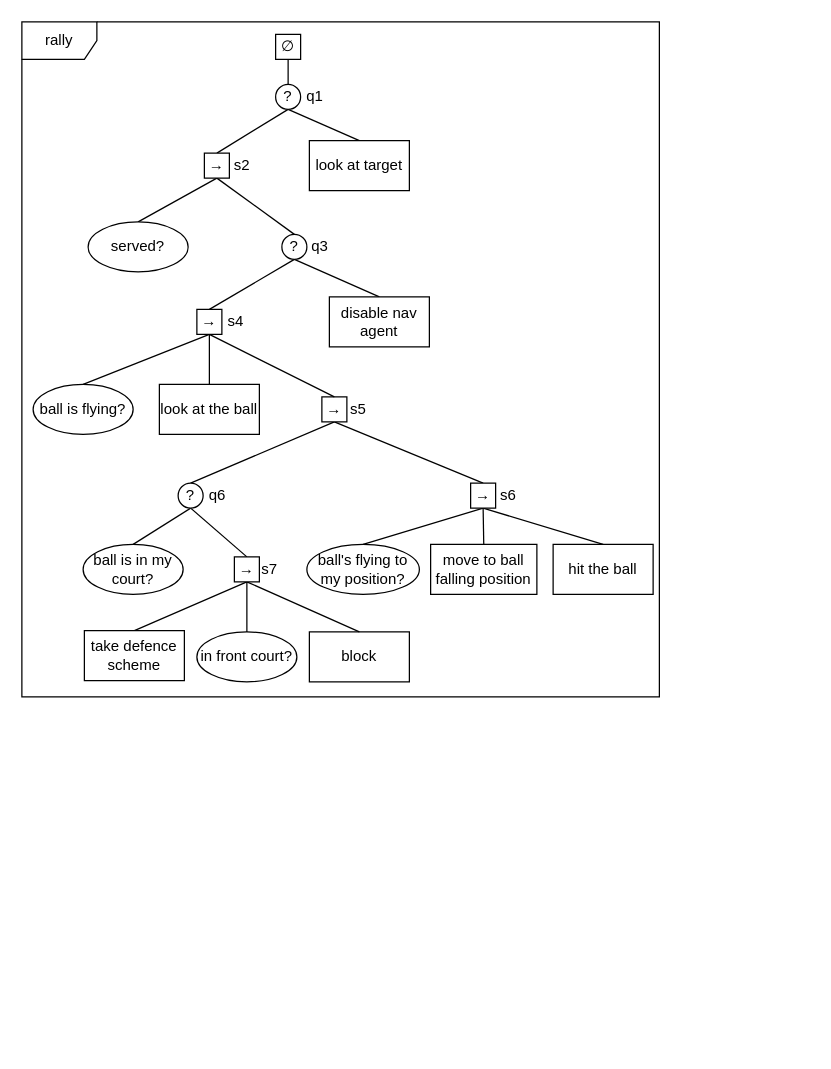
Earlier version of the draw.io diagram Project/Documentation/Diagrams/rally.drawio (mikymaione/Folie). Source tidied: cells renumbered, new cells numbered last; positions are measured from the earlier drawing's top-left corner, leaving out a move shared by most shapes. Both pictures are drawn from the tidied source at 125%, with x=0, y=0 at pixel (21, 21).
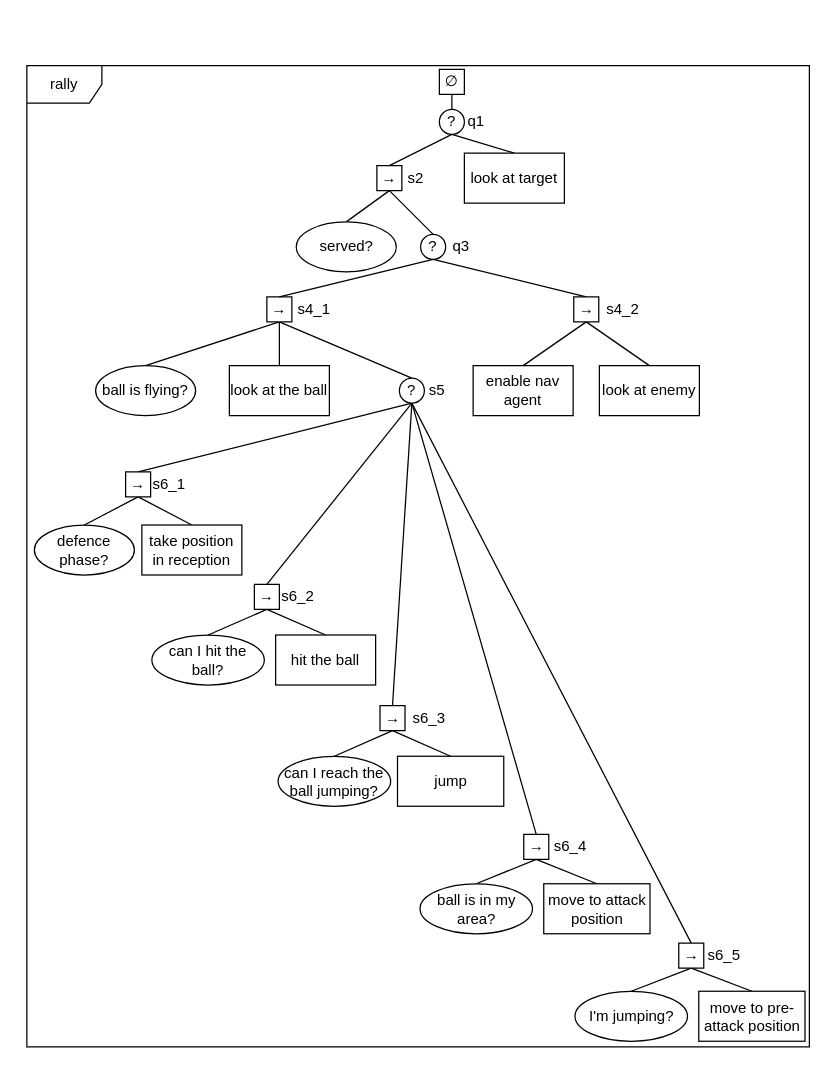
Above is the later version.

The edit, as a diff of the source:
```diff
@@
     <mxCell id="2" value="rally" style="shape=umlFrame;whiteSpace=wrap;html=1;" parent="1" vertex="1">
-      <mxGeometry width="510" height="540" as="geometry" />
+      <mxGeometry x="4" y="35" width="626" height="785" as="geometry" />
     </mxCell>
@@
     <mxCell id="5" value="?" style="ellipse;whiteSpace=wrap;html=1;" parent="1" vertex="1">
-      <mxGeometry x="203" y="50" width="20" height="20" as="geometry" />
+      <mxGeometry x="334" y="70" width="20" height="20" as="geometry" />
     </mxCell>
@@
     <mxCell id="8" value="→" style="whiteSpace=wrap;html=1;flipH=1;" parent="1" vertex="1">
-      <mxGeometry x="146" y="105" width="20" height="20" as="geometry" />
+      <mxGeometry x="284" y="115" width="20" height="20" as="geometry" />
     </mxCell>
     <mxCell id="9" value="served?" style="ellipse;whiteSpace=wrap;html=1;flipH=1;" parent="1" vertex="1">
-      <mxGeometry x="53" y="160" width="80" height="40" as="geometry" />
+      <mxGeometry x="219.5" y="160" width="80" height="40" as="geometry" />
     </mxCell>
-    <mxCell id="10" style="edgeStyle=none;rounded=0;jettySize=auto;html=1;exitX=0.5;exitY=1;exitDx=0;exitDy=0;entryX=0.5;entryY=0;entryDx=0;entryDy=0;endArrow=none;endFill=0;" parent="1" edge="1" source="35" target="21">
-      <mxGeometry relative="1" as="geometry" />
-    </mxCell>
-    <mxCell id="11" style="edgeStyle=none;rounded=0;jettySize=auto;html=1;exitX=0.5;exitY=1;exitDx=0;exitDy=0;entryX=0.5;entryY=0;entryDx=0;entryDy=0;endArrow=none;endFill=0;" parent="1" edge="1" source="35" target="14">
-      <mxGeometry relative="1" as="geometry" />
-    </mxCell>
-    <mxCell id="12" style="edgeStyle=none;rounded=0;jettySize=auto;html=1;exitX=0.5;exitY=1;exitDx=0;exitDy=0;entryX=0.5;entryY=0;entryDx=0;entryDy=0;endArrow=none;endFill=0;" parent="1" edge="1" source="14" target="33">
-      <mxGeometry relative="1" as="geometry" />
-    </mxCell>
-    <mxCell id="13" style="edgeStyle=none;rounded=0;jettySize=auto;html=1;exitX=0.5;exitY=1;exitDx=0;exitDy=0;entryX=0.5;entryY=0;entryDx=0;entryDy=0;endArrow=none;endFill=0;" parent="1" edge="1" source="14" target="30">
-      <mxGeometry relative="1" as="geometry" />
-    </mxCell>
-    <mxCell id="14" value="?" style="ellipse;whiteSpace=wrap;html=1;" parent="1" vertex="1">
-      <mxGeometry x="125" y="369" width="20" height="20" as="geometry" />
-    </mxCell>
@@
-    <mxCell id="16" value="in front court?" style="ellipse;whiteSpace=wrap;html=1;" parent="1" vertex="1">
-      <mxGeometry x="140" y="488" width="80" height="40" as="geometry" />
-    </mxCell>
-    <mxCell id="17" value="block" style="rounded=0;whiteSpace=wrap;html=1;" parent="1" vertex="1">
-      <mxGeometry x="230" y="488" width="80" height="40" as="geometry" />
-    </mxCell>
-    <mxCell id="18" value="ball's flying to my position?" style="ellipse;whiteSpace=wrap;html=1;" parent="1" vertex="1">
-      <mxGeometry x="228" y="418" width="90" height="40" as="geometry" />
+    <mxCell id="18" value="can I reach the ball jumping?" style="ellipse;whiteSpace=wrap;html=1;" parent="1" vertex="1">
+      <mxGeometry x="205" y="587.5" width="90" height="40" as="geometry" />
     </mxCell>
@@
-    <mxCell id="20" style="edgeStyle=none;rounded=0;jettySize=auto;html=1;exitX=0.5;exitY=1;exitDx=0;exitDy=0;entryX=0.5;entryY=0;entryDx=0;entryDy=0;endArrow=none;endFill=0;" parent="1" edge="1" source="21" target="23">
-      <mxGeometry relative="1" as="geometry" />
-    </mxCell>
     <mxCell id="21" value="→" style="whiteSpace=wrap;html=1;" parent="1" vertex="1">
-      <mxGeometry x="359" y="369" width="20" height="20" as="geometry" />
+      <mxGeometry x="286.5" y="547" width="20" height="20" as="geometry" />
     </mxCell>
-    <mxCell id="22" value="move to ball falling position" style="rounded=0;whiteSpace=wrap;html=1;" parent="1" vertex="1">
-      <mxGeometry x="327" y="418" width="85" height="40" as="geometry" />
+    <mxCell id="22" value="jump" style="rounded=0;whiteSpace=wrap;html=1;" parent="1" vertex="1">
+      <mxGeometry x="300.5" y="587.5" width="85" height="40" as="geometry" />
     </mxCell>
-    <mxCell id="23" value="hit the ball" style="rounded=0;whiteSpace=wrap;html=1;" parent="1" vertex="1">
-      <mxGeometry x="425" y="418" width="80" height="40" as="geometry" />
-    </mxCell>
     <mxCell id="24" value="look at target" style="rounded=0;whiteSpace=wrap;html=1;" parent="1" vertex="1">
-      <mxGeometry x="230" y="95" width="80" height="40" as="geometry" />
+      <mxGeometry x="354" y="105" width="80" height="40" as="geometry" />
     </mxCell>
@@
     <mxCell id="26" value="look at the ball" style="rounded=0;whiteSpace=wrap;html=1;" parent="1" vertex="1">
-      <mxGeometry x="110" y="290" width="80" height="40" as="geometry" />
+      <mxGeometry x="166" y="275" width="80" height="40" as="geometry" />
     </mxCell>
-    <mxCell id="27" style="edgeStyle=none;rounded=0;jettySize=auto;html=1;exitX=0.5;exitY=1;exitDx=0;exitDy=0;entryX=0.5;entryY=0;entryDx=0;entryDy=0;endArrow=none;endFill=0;" parent="1" edge="1" source="30" target="16">
-      <mxGeometry relative="1" as="geometry" />
-    </mxCell>
-    <mxCell id="28" style="edgeStyle=none;rounded=0;jettySize=auto;html=1;exitX=0.5;exitY=1;exitDx=0;exitDy=0;entryX=0.5;entryY=0;entryDx=0;entryDy=0;endArrow=none;endFill=0;" parent="1" edge="1" source="30" target="17">
-      <mxGeometry relative="1" as="geometry" />
-    </mxCell>
-    <mxCell id="29" style="edgeStyle=none;rounded=0;jettySize=auto;html=1;exitX=0.5;exitY=1;exitDx=0;exitDy=0;entryX=0.5;entryY=0;entryDx=0;entryDy=0;endArrow=none;endFill=0;" parent="1" edge="1" source="30" target="34">
-      <mxGeometry relative="1" as="geometry" />
-    </mxCell>
-    <mxCell id="30" value="→" style="whiteSpace=wrap;html=1;" parent="1" vertex="1">
-      <mxGeometry x="170" y="428" width="20" height="20" as="geometry" />
-    </mxCell>
@@
     <mxCell id="32" value="∅" style="whiteSpace=wrap;html=1;flipH=1;" parent="1" vertex="1">
-      <mxGeometry x="203" y="10" width="20" height="20" as="geometry" />
+      <mxGeometry x="334" y="38" width="20" height="20" as="geometry" />
     </mxCell>
-    <mxCell id="33" value="ball is in my court?" style="ellipse;whiteSpace=wrap;html=1;" parent="1" vertex="1">
-      <mxGeometry x="49" y="418" width="80" height="40" as="geometry" />
-    </mxCell>
-    <mxCell id="34" value="take defence scheme" style="rounded=0;whiteSpace=wrap;html=1;" parent="1" vertex="1">
-      <mxGeometry x="50" y="487" width="80" height="40" as="geometry" />
-    </mxCell>
-    <mxCell id="35" value="→" style="whiteSpace=wrap;html=1;" parent="1" vertex="1">
-      <mxGeometry x="240" y="300" width="20" height="20" as="geometry" />
-    </mxCell>
     <mxCell id="36" value="q1" style="text;html=1;strokeColor=none;fillColor=none;align=left;verticalAlign=middle;whiteSpace=wrap;rounded=0;" parent="1" vertex="1">
-      <mxGeometry x="226" y="50" width="40" height="20" as="geometry" />
+      <mxGeometry x="355" y="70" width="40" height="20" as="geometry" />
     </mxCell>
     <mxCell id="37" value="s2" style="text;html=1;strokeColor=none;fillColor=none;align=left;verticalAlign=middle;whiteSpace=wrap;rounded=0;" parent="1" vertex="1">
-      <mxGeometry x="168" y="105" width="40" height="20" as="geometry" />
+      <mxGeometry x="306.5" y="115" width="40" height="20" as="geometry" />
     </mxCell>
     <mxCell id="38" value="s5" style="text;html=1;strokeColor=none;fillColor=none;align=left;verticalAlign=middle;whiteSpace=wrap;rounded=0;" parent="1" vertex="1">
-      <mxGeometry x="261" y="300" width="40" height="20" as="geometry" />
+      <mxGeometry x="324" y="285" width="40" height="20" as="geometry" />
     </mxCell>
-    <mxCell id="39" value="q6" style="text;html=1;strokeColor=none;fillColor=none;align=left;verticalAlign=middle;whiteSpace=wrap;rounded=0;" parent="1" vertex="1">
-      <mxGeometry x="148" y="369" width="40" height="20" as="geometry" />
-    </mxCell>
-    <mxCell id="40" value="s4" style="text;html=1;strokeColor=none;fillColor=none;align=left;verticalAlign=middle;whiteSpace=wrap;rounded=0;" parent="1" vertex="1">
-      <mxGeometry x="163" y="230" width="40" height="20" as="geometry" />
+    <mxCell id="40" value="s4_1" style="text;html=1;strokeColor=none;fillColor=none;align=left;verticalAlign=middle;whiteSpace=wrap;rounded=0;" parent="1" vertex="1">
+      <mxGeometry x="219" y="220" width="40" height="20" as="geometry" />
     </mxCell>
-    <mxCell id="41" value="s7" style="text;html=1;strokeColor=none;fillColor=none;align=left;verticalAlign=middle;whiteSpace=wrap;rounded=0;" parent="1" vertex="1">
-      <mxGeometry x="190" y="427.9" width="40" height="20" as="geometry" />
-    </mxCell>
@@
     <mxCell id="43" value="ball is flying?" style="ellipse;whiteSpace=wrap;html=1;flipH=1;" parent="1" vertex="1">
-      <mxGeometry x="9" y="290" width="80" height="40" as="geometry" />
+      <mxGeometry x="59" y="275" width="80" height="40" as="geometry" />
     </mxCell>
-    <mxCell id="44" style="edgeStyle=none;rounded=0;jettySize=auto;html=1;exitX=0.5;exitY=1;exitDx=0;exitDy=0;entryX=0.5;entryY=0;entryDx=0;entryDy=0;endArrow=none;endFill=0;" parent="1" edge="1" source="45" target="35">
+    <mxCell id="44" style="edgeStyle=none;rounded=0;jettySize=auto;html=1;exitX=0.5;exitY=1;exitDx=0;exitDy=0;entryX=0.5;entryY=0;entryDx=0;entryDy=0;endArrow=none;endFill=0;" parent="1" edge="1" source="45" target="14">
       <mxGeometry relative="1" as="geometry" />
     </mxCell>
     <mxCell id="45" value="→" style="whiteSpace=wrap;html=1;" parent="1" vertex="1">
-      <mxGeometry x="140" y="230" width="20" height="20" as="geometry" />
+      <mxGeometry x="196" y="220" width="20" height="20" as="geometry" />
     </mxCell>
@@
-    <mxCell id="47" style="edgeStyle=none;rounded=0;jettySize=auto;html=1;exitX=0.5;exitY=1;exitDx=0;exitDy=0;entryX=0.5;entryY=0;entryDx=0;entryDy=0;endArrow=none;endFill=0;" parent="1" edge="1" source="48" target="49">
-      <mxGeometry relative="1" as="geometry" />
-    </mxCell>
+    <mxCell id="52" style="edgeStyle=none;rounded=0;jettySize=auto;html=1;exitX=0.5;exitY=1;exitDx=0;exitDy=0;entryX=0.5;entryY=0;entryDx=0;entryDy=0;endArrow=none;endFill=0;" parent="1" edge="1" source="48" target="56">
+      <mxGeometry relative="1" as="geometry" />
+    </mxCell>
     <mxCell id="48" value="?" style="ellipse;whiteSpace=wrap;html=1;" parent="1" vertex="1">
-      <mxGeometry x="208" y="170" width="20" height="20" as="geometry" />
+      <mxGeometry x="319" y="170" width="20" height="20" as="geometry" />
     </mxCell>
-    <mxCell id="49" value="disable nav agent" style="rounded=0;whiteSpace=wrap;html=1;" parent="1" vertex="1">
-      <mxGeometry x="246" y="220" width="80" height="40" as="geometry" />
+    <mxCell id="49" value="enable nav agent" style="rounded=0;whiteSpace=wrap;html=1;" parent="1" vertex="1">
+      <mxGeometry x="361" y="275" width="80" height="40" as="geometry" />
     </mxCell>
     <mxCell id="50" value="q3" style="text;html=1;strokeColor=none;fillColor=none;align=left;verticalAlign=middle;whiteSpace=wrap;rounded=0;" parent="1" vertex="1">
-      <mxGeometry x="230" y="170" width="40" height="20" as="geometry" />
+      <mxGeometry x="343" y="170" width="40" height="20" as="geometry" />
     </mxCell>
-    <mxCell id="51" value="s6" style="text;html=1;strokeColor=none;fillColor=none;align=left;verticalAlign=middle;whiteSpace=wrap;rounded=0;" parent="1" vertex="1">
-      <mxGeometry x="381" y="368.9" width="40" height="20" as="geometry" />
+    <mxCell id="51" value="s6_3" style="text;html=1;strokeColor=none;fillColor=none;align=left;verticalAlign=middle;whiteSpace=wrap;rounded=0;" parent="1" vertex="1">
+      <mxGeometry x="310.5" y="547" width="40" height="20" as="geometry" />
     </mxCell>
+    <mxCell id="53" value="s4_2" style="text;html=1;strokeColor=none;fillColor=none;align=left;verticalAlign=middle;whiteSpace=wrap;rounded=0;" parent="1" vertex="1">
+      <mxGeometry x="466" y="220" width="40" height="20" as="geometry" />
+    </mxCell>
+    <mxCell id="54" style="rounded=0;jettySize=auto;html=1;exitX=0.5;exitY=1;exitDx=0;exitDy=0;entryX=0.5;entryY=0;entryDx=0;entryDy=0;endArrow=none;endFill=0;" parent="1" edge="1" source="56" target="49">
+      <mxGeometry relative="1" as="geometry" />
+    </mxCell>
+    <mxCell id="55" style="edgeStyle=none;rounded=0;jettySize=auto;html=1;exitX=0.5;exitY=1;exitDx=0;exitDy=0;entryX=0.5;entryY=0;entryDx=0;entryDy=0;endArrow=none;endFill=0;" parent="1" edge="1" source="56" target="57">
+      <mxGeometry relative="1" as="geometry" />
+    </mxCell>
+    <mxCell id="56" value="→" style="whiteSpace=wrap;html=1;" parent="1" vertex="1">
+      <mxGeometry x="441.5" y="220" width="20" height="20" as="geometry" />
+    </mxCell>
+    <mxCell id="57" value="look at enemy" style="rounded=0;whiteSpace=wrap;html=1;" parent="1" vertex="1">
+      <mxGeometry x="462" y="275" width="80" height="40" as="geometry" />
+    </mxCell>
+    <mxCell id="58" style="rounded=0;jettySize=auto;html=1;exitX=0.5;exitY=1;exitDx=0;exitDy=0;entryX=0.5;entryY=0;entryDx=0;entryDy=0;endArrow=none;endFill=0;" parent="1" edge="1" source="14" target="66">
+      <mxGeometry relative="1" as="geometry" />
+    </mxCell>
+    <mxCell id="59" style="edgeStyle=none;rounded=0;jettySize=auto;html=1;exitX=0.5;exitY=1;exitDx=0;exitDy=0;entryX=0.5;entryY=0;entryDx=0;entryDy=0;endArrow=none;endFill=0;" parent="1" edge="1" source="14" target="71">
+      <mxGeometry relative="1" as="geometry" />
+    </mxCell>
+    <mxCell id="60" style="edgeStyle=none;rounded=0;jettySize=auto;html=1;exitX=0.5;exitY=1;exitDx=0;exitDy=0;entryX=0.5;entryY=0;entryDx=0;entryDy=0;endArrow=none;endFill=0;" parent="1" edge="1" source="14" target="21">
+      <mxGeometry relative="1" as="geometry" />
+    </mxCell>
+    <mxCell id="61" style="edgeStyle=none;rounded=0;jettySize=auto;html=1;exitX=0.5;exitY=1;exitDx=0;exitDy=0;entryX=0.5;entryY=0;entryDx=0;entryDy=0;endArrow=none;endFill=0;" parent="1" edge="1" source="14" target="75">
+      <mxGeometry relative="1" as="geometry" />
+    </mxCell>
+    <mxCell id="62" style="edgeStyle=none;rounded=0;jettySize=auto;html=1;exitX=0.5;exitY=1;exitDx=0;exitDy=0;entryX=0.5;entryY=0;entryDx=0;entryDy=0;endArrow=none;endFill=0;" parent="1" edge="1" source="14" target="81">
+      <mxGeometry relative="1" as="geometry" />
+    </mxCell>
+    <mxCell id="14" value="?" style="ellipse;whiteSpace=wrap;html=1;" parent="1" vertex="1">
+      <mxGeometry x="302" y="285" width="20" height="20" as="geometry" />
+    </mxCell>
+    <mxCell id="63" value="defence phase?" style="ellipse;whiteSpace=wrap;html=1;" parent="1" vertex="1">
+      <mxGeometry x="10" y="402.5" width="80" height="40" as="geometry" />
+    </mxCell>
+    <mxCell id="64" style="edgeStyle=none;rounded=0;jettySize=auto;html=1;exitX=0.5;exitY=1;exitDx=0;exitDy=0;entryX=0.5;entryY=0;entryDx=0;entryDy=0;endArrow=none;endFill=0;" parent="1" edge="1" source="66" target="63">
+      <mxGeometry relative="1" as="geometry" />
+    </mxCell>
+    <mxCell id="65" style="edgeStyle=none;rounded=0;jettySize=auto;html=1;exitX=0.5;exitY=1;exitDx=0;exitDy=0;entryX=0.5;entryY=0;entryDx=0;entryDy=0;endArrow=none;endFill=0;" parent="1" edge="1" source="66" target="67">
+      <mxGeometry relative="1" as="geometry" />
+    </mxCell>
+    <mxCell id="66" value="→" style="whiteSpace=wrap;html=1;" parent="1" vertex="1">
+      <mxGeometry x="83" y="360" width="20" height="20" as="geometry" />
+    </mxCell>
+    <mxCell id="67" value="take position in reception" style="rounded=0;whiteSpace=wrap;html=1;" parent="1" vertex="1">
+      <mxGeometry x="96" y="402.5" width="80" height="40" as="geometry" />
+    </mxCell>
+    <mxCell id="68" value="can I hit the ball?" style="ellipse;whiteSpace=wrap;html=1;" parent="1" vertex="1">
+      <mxGeometry x="104" y="490.5" width="90" height="40" as="geometry" />
+    </mxCell>
+    <mxCell id="69" style="edgeStyle=none;rounded=0;jettySize=auto;html=1;exitX=0.5;exitY=1;exitDx=0;exitDy=0;entryX=0.5;entryY=0;entryDx=0;entryDy=0;endArrow=none;endFill=0;" parent="1" edge="1" source="71" target="68">
+      <mxGeometry relative="1" as="geometry" />
+    </mxCell>
+    <mxCell id="70" style="edgeStyle=none;rounded=0;jettySize=auto;html=1;exitX=0.5;exitY=1;exitDx=0;exitDy=0;entryX=0.5;entryY=0;entryDx=0;entryDy=0;endArrow=none;endFill=0;" parent="1" edge="1" source="71" target="23">
+      <mxGeometry relative="1" as="geometry" />
+    </mxCell>
+    <mxCell id="71" value="→" style="whiteSpace=wrap;html=1;" parent="1" vertex="1">
+      <mxGeometry x="186" y="450" width="20" height="20" as="geometry" />
+    </mxCell>
+    <mxCell id="23" value="hit the ball" style="rounded=0;whiteSpace=wrap;html=1;" parent="1" vertex="1">
+      <mxGeometry x="203" y="490.5" width="80" height="40" as="geometry" />
+    </mxCell>
+    <mxCell id="72" style="edgeStyle=none;rounded=0;jettySize=auto;html=1;exitX=0.5;exitY=1;exitDx=0;exitDy=0;entryX=0.5;entryY=0;entryDx=0;entryDy=0;endArrow=none;endFill=0;" parent="1" edge="1" source="75" target="73">
+      <mxGeometry relative="1" as="geometry" />
+    </mxCell>
+    <mxCell id="73" value="ball is in my area?" style="ellipse;whiteSpace=wrap;html=1;" parent="1" vertex="1">
+      <mxGeometry x="318.5" y="689.5" width="90" height="40" as="geometry" />
+    </mxCell>
+    <mxCell id="74" style="edgeStyle=none;rounded=0;jettySize=auto;html=1;exitX=0.5;exitY=1;exitDx=0;exitDy=0;entryX=0.5;entryY=0;entryDx=0;entryDy=0;endArrow=none;endFill=0;" parent="1" edge="1" source="75" target="76">
+      <mxGeometry relative="1" as="geometry" />
+    </mxCell>
+    <mxCell id="75" value="→" style="whiteSpace=wrap;html=1;" parent="1" vertex="1">
+      <mxGeometry x="401.5" y="650" width="20" height="20" as="geometry" />
+    </mxCell>
+    <mxCell id="76" value="move to attack position" style="rounded=0;whiteSpace=wrap;html=1;" parent="1" vertex="1">
+      <mxGeometry x="417.5" y="689.5" width="85" height="40" as="geometry" />
+    </mxCell>
+    <mxCell id="77" value="s6_4" style="text;html=1;strokeColor=none;fillColor=none;align=left;verticalAlign=middle;whiteSpace=wrap;rounded=0;" parent="1" vertex="1">
+      <mxGeometry x="423.5" y="650" width="39" height="20" as="geometry" />
+    </mxCell>
+    <mxCell id="78" style="edgeStyle=none;rounded=0;jettySize=auto;html=1;exitX=0.5;exitY=1;exitDx=0;exitDy=0;entryX=0.5;entryY=0;entryDx=0;entryDy=0;endArrow=none;endFill=0;" parent="1" edge="1" source="81" target="79">
+      <mxGeometry relative="1" as="geometry" />
+    </mxCell>
+    <mxCell id="79" value="I'm jumping?" style="ellipse;whiteSpace=wrap;html=1;" parent="1" vertex="1">
+      <mxGeometry x="442.5" y="775.5" width="90" height="40" as="geometry" />
+    </mxCell>
+    <mxCell id="80" style="edgeStyle=none;rounded=0;jettySize=auto;html=1;exitX=0.5;exitY=1;exitDx=0;exitDy=0;entryX=0.5;entryY=0;entryDx=0;entryDy=0;endArrow=none;endFill=0;" parent="1" edge="1" source="81" target="82">
+      <mxGeometry relative="1" as="geometry" />
+    </mxCell>
+    <mxCell id="81" value="→" style="whiteSpace=wrap;html=1;" parent="1" vertex="1">
+      <mxGeometry x="525.5" y="737" width="20" height="20" as="geometry" />
+    </mxCell>
+    <mxCell id="82" value="move to pre-attack position" style="rounded=0;whiteSpace=wrap;html=1;" parent="1" vertex="1">
+      <mxGeometry x="541.5" y="775.5" width="85" height="40" as="geometry" />
+    </mxCell>
+    <mxCell id="83" value="s6_5" style="text;html=1;strokeColor=none;fillColor=none;align=left;verticalAlign=middle;whiteSpace=wrap;rounded=0;" parent="1" vertex="1">
+      <mxGeometry x="546.5" y="737" width="40" height="20" as="geometry" />
+    </mxCell>
+    <mxCell id="84" value="s6_2" style="text;html=1;strokeColor=none;fillColor=none;align=left;verticalAlign=middle;whiteSpace=wrap;rounded=0;" parent="1" vertex="1">
+      <mxGeometry x="206" y="450" width="40" height="20" as="geometry" />
+    </mxCell>
+    <mxCell id="85" value="s6_1" style="text;html=1;strokeColor=none;fillColor=none;align=left;verticalAlign=middle;whiteSpace=wrap;rounded=0;" parent="1" vertex="1">
+      <mxGeometry x="103" y="360" width="40" height="20" as="geometry" />
+    </mxCell>
```
